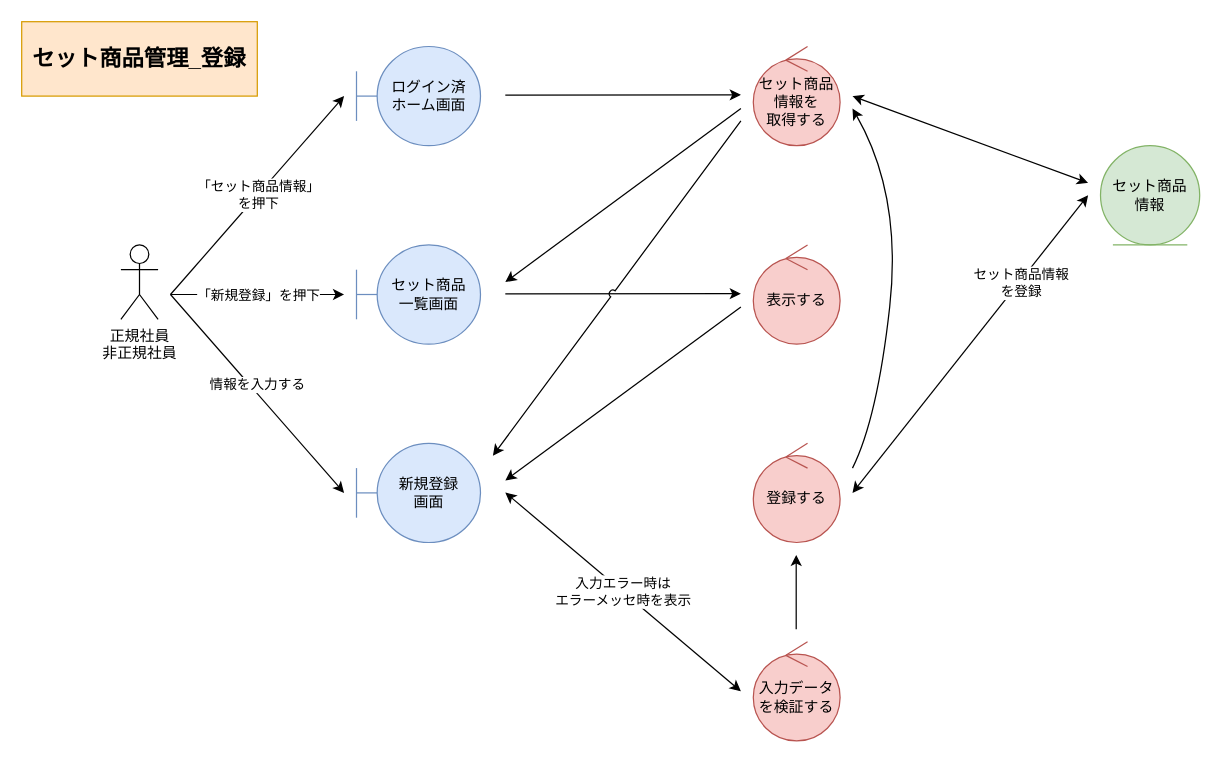
Before: page "*セット商品管理_登録" (3 of 6) of 各種設計書/3ロバストネス図/商品情報管理/F07在庫.drawio in HaruShim/Sotuken, a draw.io diagram. Source tidied: cells renumbered, new cells numbered last; positions are measured from the earlier drawing's top-left corner, leaving out a move shared by most shapes. Both pictures are drawn from the tidied source at 124%, with x=0, y=0 at pixel (21, 21).
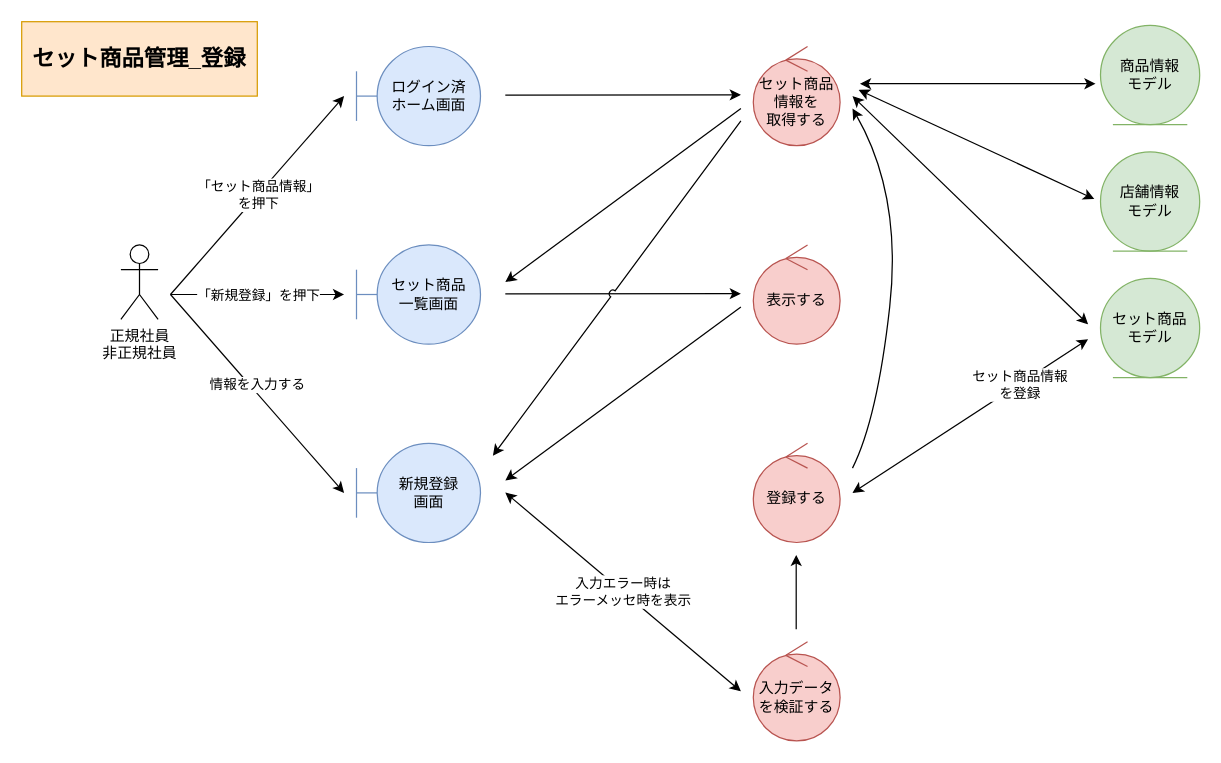
After the change.

Change to the diagram source:
```diff
@@
-    <mxCell id="6" value="セット商品&lt;br&gt;情報" style="ellipse;shape=umlEntity;whiteSpace=wrap;html=1;fillColor=#d5e8d4;strokeColor=#82b366;" parent="1" vertex="1">
-      <mxGeometry x="870" y="100" width="80" height="80" as="geometry" />
+    <mxCell id="6" value="セット商品&lt;br&gt;モデル" style="ellipse;shape=umlEntity;whiteSpace=wrap;html=1;fillColor=#d5e8d4;strokeColor=#82b366;" parent="1" vertex="1">
+      <mxGeometry x="870" y="207" width="80" height="80" as="geometry" />
     </mxCell>
@@
     <mxCell id="12" style="endArrow=classic;html=1;rounded=0;startArrow=classic;startFill=1;" parent="1" edge="1">
       <mxGeometry relative="1" as="geometry">
         <mxPoint x="670" y="60" as="sourcePoint" />
-        <mxPoint x="860" y="130" as="targetPoint" />
+        <mxPoint x="860" y="244" as="targetPoint" />
       </mxGeometry>
     </mxCell>
@@
-    <mxCell id="22" value="入力エラー時は&lt;br&gt;エラーメッセ時を表示" style="endArrow=classic;html=1;rounded=0;startArrow=classic;startFill=1;strokeColor=default;labelBackgroundColor=default;fontColor=default;" parent="1" edge="1">
+    <mxCell id="22" value="入力エラー時は&lt;br&gt;エラーメッセ時を表示" style="endArrow=classic;html=1;rounded=0;startArrow=classic;startFill=1;labelBackgroundColor=default;fontColor=default;" parent="1" edge="1">
       <mxGeometry relative="1" as="geometry">
         <mxPoint x="390" y="379.7" as="sourcePoint" />
         <mxPoint x="580" y="540" as="targetPoint" />
       </mxGeometry>
     </mxCell>
-    <mxCell id="23" style="endArrow=none;html=1;rounded=0;startArrow=classic;startFill=1;strokeColor=default;labelBackgroundColor=default;fontColor=default;endFill=0;" parent="1" edge="1">
+    <mxCell id="23" style="endArrow=none;html=1;rounded=0;startArrow=classic;startFill=1;labelBackgroundColor=default;fontColor=default;endFill=0;" parent="1" edge="1">
       <mxGeometry relative="1" as="geometry">
         <mxPoint x="624.6" y="430" as="sourcePoint" />
         <mxPoint x="624.6" y="490" as="targetPoint" />
       </mxGeometry>
     </mxCell>
-    <mxCell id="24" style="endArrow=classic;html=1;rounded=0;endFill=1;startArrow=classic;startFill=1;strokeColor=default;labelBackgroundColor=default;fontColor=default;" parent="1" edge="1">
+    <mxCell id="24" style="endArrow=classic;html=1;rounded=0;endFill=1;startArrow=classic;startFill=1;labelBackgroundColor=default;fontColor=default;" parent="1" edge="1">
       <mxGeometry relative="1" as="geometry">
-        <mxPoint x="860" y="140" as="sourcePoint" />
+        <mxPoint x="860" y="256" as="sourcePoint" />
         <mxPoint x="670" y="380" as="targetPoint" />
       </mxGeometry>
     </mxCell>
@@
-    <mxCell id="28" style="curved=1;endArrow=classic;html=1;rounded=0;labelBackgroundColor=default;fontColor=default;strokeColor=default;jumpStyle=none;" parent="1" edge="1">
+    <mxCell id="28" style="curved=1;endArrow=classic;html=1;rounded=0;labelBackgroundColor=default;fontColor=default;jumpStyle=none;" parent="1" edge="1">
       <mxGeometry relative="1" as="geometry">
         <mxPoint x="670" y="360" as="sourcePoint" />
         <mxPoint x="670" y="70" as="targetPoint" />
         <Array as="points">
           <mxPoint x="690" y="320" />
           <mxPoint x="710" y="140" />
         </Array>
       </mxGeometry>
     </mxCell>
+    <mxCell id="29" value="商品情報&lt;br&gt;モデル" style="ellipse;shape=umlEntity;whiteSpace=wrap;html=1;fillColor=#d5e8d4;strokeColor=#82b366;" parent="1" vertex="1">
+      <mxGeometry x="870" y="3" width="80" height="80" as="geometry" />
+    </mxCell>
+    <mxCell id="30" value="店舗情報&lt;br&gt;モデル" style="ellipse;shape=umlEntity;whiteSpace=wrap;html=1;fillColor=#d5e8d4;strokeColor=#82b366;" parent="1" vertex="1">
+      <mxGeometry x="870" y="105" width="80" height="80" as="geometry" />
+    </mxCell>
+    <mxCell id="31" style="endArrow=classic;html=1;rounded=0;startArrow=classic;startFill=1;" parent="1" edge="1">
+      <mxGeometry relative="1" as="geometry">
+        <mxPoint x="675" y="55" as="sourcePoint" />
+        <mxPoint x="865" y="143" as="targetPoint" />
+      </mxGeometry>
+    </mxCell>
+    <mxCell id="32" style="endArrow=classic;html=1;rounded=0;startArrow=classic;startFill=1;" parent="1" edge="1">
+      <mxGeometry relative="1" as="geometry">
+        <mxPoint x="676" y="50" as="sourcePoint" />
+        <mxPoint x="866" y="50" as="targetPoint" />
+      </mxGeometry>
+    </mxCell>
```
